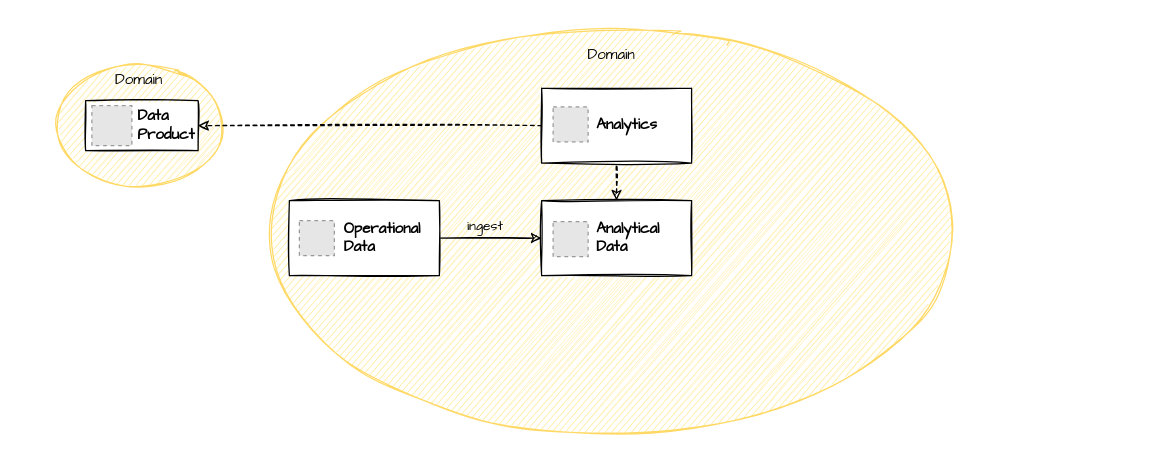
The draw.io diagram diagrams/domainteamjourney_level3.drawio in datamesh-architecture/datamesh-architecture.com, before the edit. Source tidied: cells renumbered, new cells numbered last; positions are measured from the earlier drawing's top-left corner, leaving out a move shared by most shapes. Both pictures are drawn from the tidied source at 125%, with x=0, y=0 at pixel (21, 21). Pictures stored in the file or linked from it are replaced by grey dashed boxes.
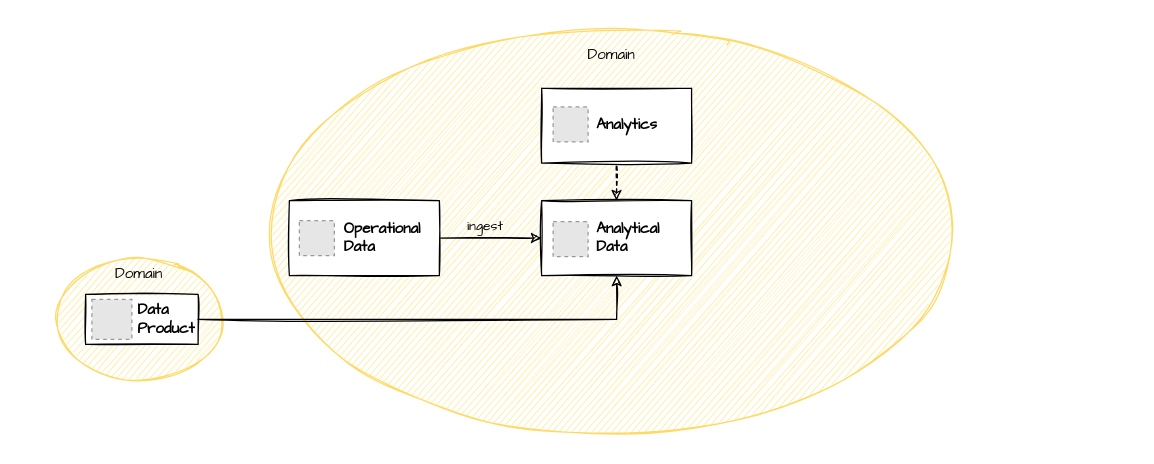
The same page after the edit.

Unchanged cells that the change refers to:
```xml
<mxCell id="12" value="Analytics" style="rounded=0;whiteSpace=wrap;html=1;fontStyle=1;sketch=1;fontFamily=Architects Daughter;align=left;spacingLeft=42;" parent="11" vertex="1">
  <mxGeometry width="120" height="60" as="geometry" />
</mxCell>
<mxCell id="15" value="Analytical &lt;br&gt;Data" style="rounded=0;whiteSpace=wrap;html=1;fontStyle=1;sketch=1;fontFamily=Architects Daughter;align=left;spacingLeft=42;" parent="14" vertex="1">
  <mxGeometry width="120" height="60" as="geometry" />
</mxCell>
```

The edit, as a diff of the source:
```diff
@@
-    <mxCell id="6" value="Domain" style="ellipse;whiteSpace=wrap;html=1;verticalAlign=top;sketch=1;fontFamily=Architects Daughter;strokeColor=#FFD966;fillColor=#FFEB99;" parent="1" vertex="1">
-      <mxGeometry x="24" y="33" width="140" height="100" as="geometry" />
-    </mxCell>
-    <mxCell id="7" value="Data Product" style="rounded=0;whiteSpace=wrap;html=1;fontStyle=1;sketch=1;fontFamily=Architects Daughter;spacingLeft=40;align=left;" parent="1" vertex="1">
-      <mxGeometry x="51" y="63" width="90" height="40" as="geometry" />
-    </mxCell>
-    <mxCell id="8" style="rounded=0;jettySize=auto;html=1;startArrow=none;startFill=0;endArrow=classic;endFill=1;exitX=0;exitY=0.5;exitDx=0;exitDy=0;entryX=1;entryY=0.5;entryDx=0;entryDy=0;dashed=1;sketch=1;fontFamily=Architects Daughter;" parent="1" edge="1" source="12" target="7">
-      <mxGeometry relative="1" as="geometry" />
-    </mxCell>
-    <mxCell id="9" style="fillColor=#E6E6E6;strokeColor=#999999;dashed=1;verticalLabelPosition=bottom;labelBackgroundColor=#ffffff;verticalAlign=top;" parent="1" vertex="1">
-      <mxGeometry x="56" y="67" width="32" height="32" as="geometry" />
-    </mxCell>
@@
+    <mxCell id="6" value="Domain" style="ellipse;whiteSpace=wrap;html=1;verticalAlign=top;sketch=1;fontFamily=Architects Daughter;strokeColor=#FFD966;fillColor=#FFEB99;" parent="1" vertex="1">
+      <mxGeometry x="24" y="188" width="140" height="100" as="geometry" />
+    </mxCell>
+    <mxCell id="20" style="group;" parent="1" vertex="1">
+      <mxGeometry x="51" y="218" width="90" height="40" as="geometry" />
+    </mxCell>
+    <mxCell id="7" value="Data Product" style="rounded=0;whiteSpace=wrap;html=1;fontStyle=1;sketch=1;fontFamily=Architects Daughter;spacingLeft=40;align=left;" parent="20" vertex="1">
+      <mxGeometry width="90" height="40" as="geometry" />
+    </mxCell>
+    <mxCell id="21" style="fillColor=#E6E6E6;strokeColor=#999999;dashed=1;verticalLabelPosition=bottom;labelBackgroundColor=#ffffff;verticalAlign=top;" parent="20" vertex="1">
+      <mxGeometry x="5" y="4" width="32" height="32" as="geometry" />
+    </mxCell>
+    <mxCell id="22" style="edgeStyle=orthogonalEdgeStyle;rounded=0;sketch=1;jettySize=auto;html=1;entryX=0.5;entryY=1;entryDx=0;entryDy=0;" parent="1" edge="1" source="7" target="15">
+      <mxGeometry relative="1" as="geometry" />
+    </mxCell>
```
